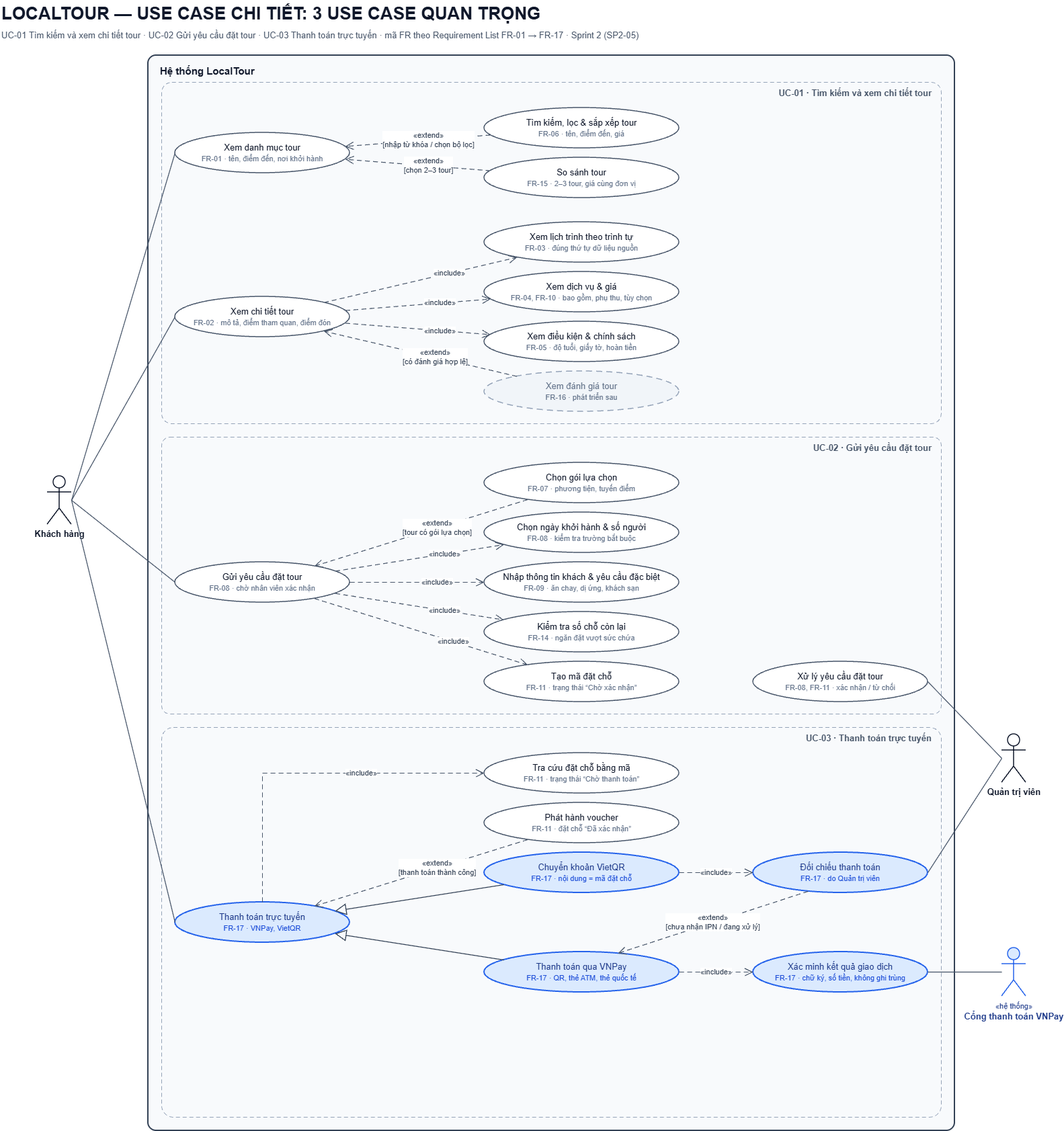
kannar04/LocalTour_Project keeps this draw.io diagram as docs/diagram/so-do-use-case-3-uc-quan-trong_localtour.drawio.png. Above is the earlier version. Source tidied: cells renumbered, new cells last; positions are measured from the earlier drawing's top-left corner, leaving out a move shared by most shapes.
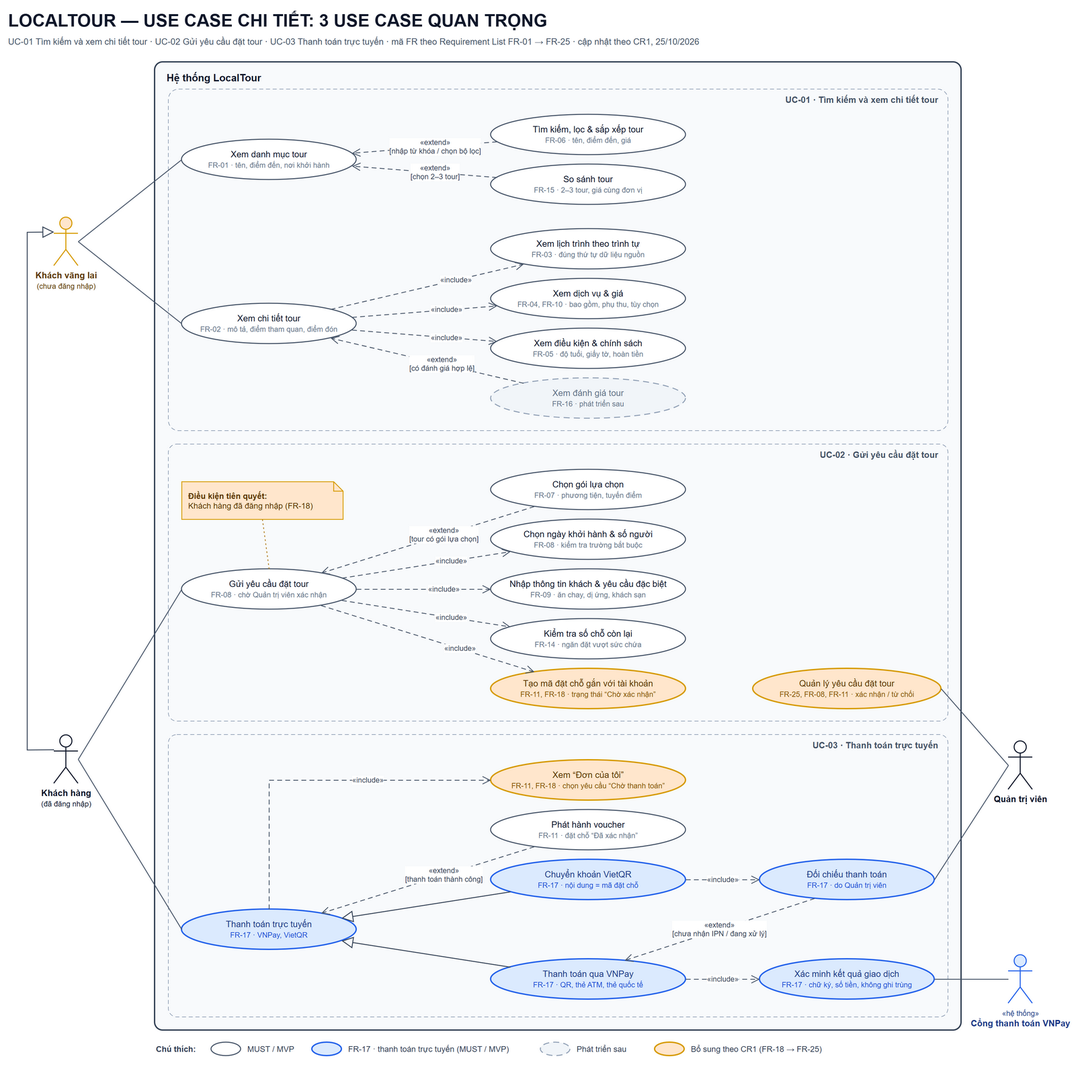
Later version of the same file.

Commit message:
Cập nhật sơ đồ use case, BPMN và user flow cho trang quản trị

Change to the diagram source:
```diff
@@ -5,11 +5,11 @@
     <mxCell id="2" value="LOCALTOUR — USE CASE CHI TIẾT: 3 USE CASE QUAN TRỌNG" style="text;html=1;align=left;verticalAlign=middle;fontSize=26;fontStyle=1;fontColor=#0f172a;" parent="1" vertex="1">
       <mxGeometry width="1400" height="40" as="geometry" />
     </mxCell>
-    <mxCell id="3" value="UC-01 Tìm kiếm và xem chi tiết tour · UC-02 Gửi yêu cầu đặt tour · UC-03 Thanh toán trực tuyến · mã FR theo Requirement List FR-01 → FR-17 · Sprint 2 (SP2-05)&amp;nbsp;" style="text;html=1;align=left;verticalAlign=middle;fontSize=13;fontColor=#475569;" parent="1" vertex="1">
-      <mxGeometry y="40" width="1500" height="24" as="geometry" />
+    <mxCell id="3" value="UC-01 Tìm kiếm và xem chi tiết tour · UC-02 Gửi yêu cầu đặt tour · UC-03 Thanh toán trực tuyến · mã FR theo Requirement List FR-01 → FR-25 · cập nhật theo CR1, 25/10/2026" style="text;html=1;align=left;verticalAlign=middle;fontSize=13;fontColor=#475569;" parent="1" vertex="1">
+      <mxGeometry y="40" width="1400" height="24" as="geometry" />
     </mxCell>
     <mxCell id="4" value="Hệ thống LocalTour" style="rounded=1;arcSize=1;html=1;whiteSpace=wrap;fillColor=#f8fafc;strokeColor=#334155;strokeWidth=2;verticalAlign=top;align=left;spacingLeft=16;spacingTop=8;fontSize=15;fontStyle=1;fontColor=#0f172a;" parent="1" vertex="1">
-      <mxGeometry x="220" y="82" width="1200" height="1600" as="geometry" />
+      <mxGeometry x="220" y="82" width="1200" height="1440" as="geometry" />
     </mxCell>
     <mxCell id="5" value="UC-01 · Tìm kiếm và xem chi tiết tour" style="rounded=1;arcSize=3;html=1;whiteSpace=wrap;fillColor=none;strokeColor=#94a3b8;dashed=1;dashPattern=6 4;verticalAlign=top;align=left;spacingLeft=10;spacingTop=2;fontSize=12;fontStyle=1;fontColor=#64748b;align=right;spacingRight=12;fontSize=13;fontColor=#475569;" parent="1" vertex="1">
       <mxGeometry x="240" y="122" width="1160" height="508" as="geometry" />
@@ -18,7 +18,7 @@
       <mxGeometry x="240" y="650" width="1160" height="412" as="geometry" />
     </mxCell>
     <mxCell id="7" value="UC-03 · Thanh toán trực tuyến" style="rounded=1;arcSize=3;html=1;whiteSpace=wrap;fillColor=none;strokeColor=#94a3b8;dashed=1;dashPattern=6 4;verticalAlign=top;align=left;spacingLeft=10;spacingTop=2;fontSize=12;fontStyle=1;fontColor=#64748b;align=right;spacingRight=12;fontSize=13;fontColor=#475569;" parent="1" vertex="1">
-      <mxGeometry x="240" y="1082" width="1160" height="580" as="geometry" />
+      <mxGeometry x="240" y="1082" width="1160" height="420" as="geometry" />
     </mxCell>
     <mxCell id="8" value="Xem danh mục tour&lt;br&gt;&lt;span style=&quot;font-size:11px;color:#64748b&quot;&gt;FR-01 · tên, điểm đến, nơi khởi hành&lt;/span&gt;" style="ellipse;html=1;whiteSpace=wrap;fillColor=#ffffff;strokeColor=#475569;strokeWidth=1.5;fontSize=13;fontColor=#0f172a;spacing=6;" parent="1" vertex="1">
       <mxGeometry x="260" y="197" width="260" height="60" as="geometry" />
@@ -44,7 +44,7 @@
     <mxCell id="15" value="Xem đánh giá tour&lt;br&gt;&lt;span style=&quot;font-size:11px;color:#64748b&quot;&gt;FR-16 · phát triển sau&lt;/span&gt;" style="ellipse;html=1;whiteSpace=wrap;fillColor=#f1f5f9;strokeColor=#94a3b8;strokeWidth=1.5;dashed=1;dashPattern=6 4;fontSize=13;fontColor=#64748b;spacing=6;" parent="1" vertex="1">
       <mxGeometry x="720" y="552" width="290" height="60" as="geometry" />
     </mxCell>
-    <mxCell id="16" value="Gửi yêu cầu đặt tour&lt;br&gt;&lt;span style=&quot;font-size:11px;color:#64748b&quot;&gt;FR-08 · chờ nhân viên xác nhận&lt;/span&gt;" style="ellipse;html=1;whiteSpace=wrap;fillColor=#ffffff;strokeColor=#475569;strokeWidth=1.5;fontSize=13;fontColor=#0f172a;spacing=6;" parent="1" vertex="1">
+    <mxCell id="16" value="Gửi yêu cầu đặt tour&lt;br&gt;&lt;span style=&quot;font-size:11px;color:#64748b&quot;&gt;FR-08 · chờ Quản trị viên xác nhận&lt;/span&gt;" style="ellipse;html=1;whiteSpace=wrap;fillColor=#ffffff;strokeColor=#475569;strokeWidth=1.5;fontSize=13;fontColor=#0f172a;spacing=6;" parent="1" vertex="1">
       <mxGeometry x="260" y="836" width="260" height="60" as="geometry" />
     </mxCell>
     <mxCell id="17" value="Chọn gói lựa chọn&lt;br&gt;&lt;span style=&quot;font-size:11px;color:#64748b&quot;&gt;FR-07 · phương tiện, tuyến điểm&lt;/span&gt;" style="ellipse;html=1;whiteSpace=wrap;fillColor=#ffffff;strokeColor=#475569;strokeWidth=1.5;fontSize=13;fontColor=#0f172a;spacing=6;" parent="1" vertex="1">
@@ -59,16 +59,16 @@
     <mxCell id="20" value="Kiểm tra số chỗ còn lại&lt;br&gt;&lt;span style=&quot;font-size:11px;color:#64748b&quot;&gt;FR-14 · ngăn đặt vượt sức chứa&lt;/span&gt;" style="ellipse;html=1;whiteSpace=wrap;fillColor=#ffffff;strokeColor=#475569;strokeWidth=1.5;fontSize=13;fontColor=#0f172a;spacing=6;" parent="1" vertex="1">
       <mxGeometry x="720" y="910" width="290" height="60" as="geometry" />
     </mxCell>
-    <mxCell id="21" value="Tạo mã đặt chỗ&lt;br&gt;&lt;span style=&quot;font-size:11px;color:#64748b&quot;&gt;FR-11 · trạng thái “Chờ xác nhận”&lt;/span&gt;" style="ellipse;html=1;whiteSpace=wrap;fillColor=#ffffff;strokeColor=#475569;strokeWidth=1.5;fontSize=13;fontColor=#0f172a;spacing=6;" parent="1" vertex="1">
+    <mxCell id="21" value="Tạo mã đặt chỗ gắn với tài khoản&lt;br&gt;&lt;span style=&quot;font-size:11px;color:#8a5300&quot;&gt;FR-11, FR-18 · trạng thái “Chờ xác nhận”&lt;/span&gt;" style="ellipse;html=1;whiteSpace=wrap;fillColor=#ffe6cc;strokeColor=#d79b00;strokeWidth=2;fontSize=13;fontColor=#5c3700;spacing=6;" parent="1" vertex="1">
       <mxGeometry x="720" y="984" width="290" height="60" as="geometry" />
     </mxCell>
-    <mxCell id="22" value="Xử lý yêu cầu đặt tour&lt;br&gt;&lt;span style=&quot;font-size:11px;color:#64748b&quot;&gt;FR-08, FR-11 · xác nhận / từ chối&lt;/span&gt;" style="ellipse;html=1;whiteSpace=wrap;fillColor=#ffffff;strokeColor=#475569;strokeWidth=1.5;fontSize=13;fontColor=#0f172a;spacing=6;" parent="1" vertex="1">
-      <mxGeometry x="1120" y="984" width="260" height="60" as="geometry" />
+    <mxCell id="22" value="Quản lý yêu cầu đặt tour&lt;br&gt;&lt;span style=&quot;font-size:11px;color:#8a5300&quot;&gt;FR-25, FR-08, FR-11 · xác nhận / từ chối&lt;/span&gt;" style="ellipse;html=1;whiteSpace=wrap;fillColor=#ffe6cc;strokeColor=#d79b00;strokeWidth=2;fontSize=13;fontColor=#5c3700;spacing=6;" parent="1" vertex="1">
+      <mxGeometry x="1110" y="984" width="280" height="60" as="geometry" />
     </mxCell>
     <mxCell id="23" value="Thanh toán trực tuyến&lt;br&gt;&lt;span style=&quot;font-size:11px;color:#1d4ed8&quot;&gt;FR-17 · VNPay, VietQR&lt;/span&gt;" style="ellipse;html=1;whiteSpace=wrap;fillColor=#dbeafe;strokeColor=#2563eb;strokeWidth=2;fontSize=13;fontColor=#1e3a8a;spacing=6;" parent="1" vertex="1">
       <mxGeometry x="260" y="1342" width="260" height="60" as="geometry" />
     </mxCell>
-    <mxCell id="24" value="Tra cứu đặt chỗ bằng mã&lt;br&gt;&lt;span style=&quot;font-size:11px;color:#64748b&quot;&gt;FR-11 · trạng thái “Chờ thanh toán”&lt;/span&gt;" style="ellipse;html=1;whiteSpace=wrap;fillColor=#ffffff;strokeColor=#475569;strokeWidth=1.5;fontSize=13;fontColor=#0f172a;spacing=6;" parent="1" vertex="1">
+    <mxCell id="24" value="Xem “Đơn của tôi”&lt;br&gt;&lt;span style=&quot;font-size:11px;color:#8a5300&quot;&gt;FR-11, FR-18 · chọn yêu cầu “Chờ thanh toán”&lt;/span&gt;" style="ellipse;html=1;whiteSpace=wrap;fillColor=#ffe6cc;strokeColor=#d79b00;strokeWidth=2;fontSize=13;fontColor=#5c3700;spacing=6;" parent="1" vertex="1">
       <mxGeometry x="720" y="1120" width="290" height="60" as="geometry" />
     </mxCell>
     <mxCell id="25" value="Phát hành voucher&lt;br&gt;&lt;span style=&quot;font-size:11px;color:#64748b&quot;&gt;FR-11 · đặt chỗ “Đã xác nhận”&lt;/span&gt;" style="ellipse;html=1;whiteSpace=wrap;fillColor=#ffffff;strokeColor=#475569;strokeWidth=1.5;fontSize=13;fontColor=#0f172a;spacing=6;" parent="1" vertex="1">
@@ -86,8 +86,11 @@
     <mxCell id="29" value="Xác minh kết quả giao dịch&lt;br&gt;&lt;span style=&quot;font-size:11px;color:#1d4ed8&quot;&gt;FR-17 · chữ ký, số tiền, không ghi trùng&lt;/span&gt;" style="ellipse;html=1;whiteSpace=wrap;fillColor=#dbeafe;strokeColor=#2563eb;strokeWidth=2;fontSize=13;fontColor=#1e3a8a;spacing=6;" parent="1" vertex="1">
       <mxGeometry x="1120" y="1416" width="260" height="60" as="geometry" />
     </mxCell>
+    <mxCell id="58" value="Khách vãng lai&lt;br&gt;&lt;span style=&quot;font-size:11px;font-weight:normal&quot;&gt;(chưa đăng nhập)&lt;/span&gt;" style="shape=umlActor;html=1;verticalLabelPosition=bottom;verticalAlign=top;outlineConnect=0;fillColor=#ffe6cc;strokeColor=#d79b00;strokeWidth=1.5;fontSize=13;fontStyle=1;fontColor=#5c3700;" parent="1" vertex="1">
+      <mxGeometry x="70" y="313" width="36" height="72" as="geometry" />
+    </mxCell>
-    <mxCell id="30" value="Khách hàng" style="shape=umlActor;html=1;verticalLabelPosition=bottom;verticalAlign=top;outlineConnect=0;fillColor=#ffffff;strokeColor=#0f172a;strokeWidth=1.5;fontSize=13;fontStyle=1;fontColor=#0f172a;" parent="1" vertex="1">
-      <mxGeometry x="70" y="708" width="36" height="72" as="geometry" />
+    <mxCell id="30" value="Khách hàng&lt;br&gt;&lt;span style=&quot;font-size:11px;font-weight:normal&quot;&gt;(đã đăng nhập)&lt;/span&gt;" style="shape=umlActor;html=1;verticalLabelPosition=bottom;verticalAlign=top;outlineConnect=0;fillColor=#ffffff;strokeColor=#0f172a;strokeWidth=1.5;fontSize=13;fontStyle=1;fontColor=#0f172a;" parent="1" vertex="1">
+      <mxGeometry x="70" y="1083" width="36" height="72" as="geometry" />
     </mxCell>
     <mxCell id="31" value="Quản trị viên" style="shape=umlActor;html=1;verticalLabelPosition=bottom;verticalAlign=top;outlineConnect=0;fillColor=#ffffff;strokeColor=#0f172a;strokeWidth=1.5;fontSize=13;fontStyle=1;fontColor=#0f172a;" parent="1" vertex="1">
       <mxGeometry x="1490" y="1092" width="36" height="72" as="geometry" />
@@ -95,10 +98,10 @@
     <mxCell id="32" value="&lt;span style=&quot;font-size:11px;font-weight:normal&quot;&gt;«hệ thống»&lt;/span&gt;&lt;br&gt;Cổng thanh toán VNPay" style="shape=umlActor;html=1;verticalLabelPosition=bottom;verticalAlign=top;outlineConnect=0;fillColor=#dbeafe;strokeColor=#2563eb;strokeWidth=1.5;fontSize=13;fontStyle=1;fontColor=#1e3a8a;" parent="1" vertex="1">
       <mxGeometry x="1490" y="1410" width="36" height="72" as="geometry" />
     </mxCell>
-    <mxCell id="33" style="html=1;endArrow=none;rounded=0;strokeColor=#475569;strokeWidth=1.3;exitX=1;exitY=0.5;exitDx=0;exitDy=0;entryX=0;entryY=0.5;entryDx=0;entryDy=0;" parent="1" edge="1" source="30" target="8">
+    <mxCell id="33" style="html=1;endArrow=none;rounded=0;strokeColor=#475569;strokeWidth=1.3;exitX=1;exitY=0.5;exitDx=0;exitDy=0;entryX=0;entryY=0.5;entryDx=0;entryDy=0;" parent="1" edge="1" source="58" target="8">
       <mxGeometry relative="1" as="geometry" />
     </mxCell>
-    <mxCell id="34" style="html=1;endArrow=none;rounded=0;strokeColor=#475569;strokeWidth=1.3;exitX=1;exitY=0.5;exitDx=0;exitDy=0;entryX=0;entryY=0.5;entryDx=0;entryDy=0;" parent="1" edge="1" source="30" target="9">
+    <mxCell id="34" style="html=1;endArrow=none;rounded=0;strokeColor=#475569;strokeWidth=1.3;exitX=1;exitY=0.5;exitDx=0;exitDy=0;entryX=0;entryY=0.5;entryDx=0;entryDy=0;" parent="1" edge="1" source="58" target="9">
       <mxGeometry relative="1" as="geometry" />
     </mxCell>
     <mxCell id="35" style="html=1;endArrow=none;rounded=0;strokeColor=#475569;strokeWidth=1.3;exitX=1;exitY=0.5;exitDx=0;exitDy=0;entryX=0;entryY=0.5;entryDx=0;entryDy=0;" parent="1" edge="1" source="30" target="16">
@@ -116,6 +119,14 @@
     <mxCell id="39" style="html=1;endArrow=none;rounded=0;strokeColor=#475569;strokeWidth=1.3;exitX=0;exitY=0.5;exitDx=0;exitDy=0;entryX=1;entryY=0.5;entryDx=0;entryDy=0;" parent="1" edge="1" source="32" target="29">
       <mxGeometry relative="1" as="geometry" />
     </mxCell>
+    <mxCell id="59" style="html=1;rounded=0;endArrow=block;endFill=0;endSize=14;strokeColor=#334155;strokeWidth=1.3;exitX=0;exitY=0.3;exitDx=0;exitDy=0;entryX=0;entryY=0.3;entryDx=0;entryDy=0;" parent="1" edge="1" source="30" target="58">
+      <mxGeometry relative="1" as="geometry">
+        <Array as="points">
+          <mxPoint x="30" y="1105" />
+          <mxPoint x="30" y="335" />
+        </Array>
+      </mxGeometry>
+    </mxCell>
     <mxCell id="40" value="«extend»&lt;br&gt;[nhập từ khóa / chọn bộ lọc]" style="html=1;rounded=0;dashed=1;dashPattern=6 4;endArrow=open;endFill=0;endSize=10;strokeColor=#475569;strokeWidth=1.2;fontSize=11;fontColor=#334155;labelBackgroundColor=#ffffff;" parent="1" edge="1" source="10" target="8">
       <mxGeometry x="-0.15" relative="1" as="geometry" />
     </mxCell>
@@ -174,5 +185,38 @@
     <mxCell id="57" value="«extend»&lt;br&gt;[chưa nhận IPN / đang xử lý]" style="html=1;rounded=0;dashed=1;dashPattern=6 4;endArrow=open;endFill=0;endSize=10;strokeColor=#475569;strokeWidth=1.2;fontSize=11;fontColor=#334155;labelBackgroundColor=#ffffff;exitX=0.3;exitY=1;exitDx=0;exitDy=0;entryX=0.7;entryY=0;entryDx=0;entryDy=0;" parent="1" edge="1" source="28" target="27">
       <mxGeometry relative="1" as="geometry" />
     </mxCell>
+    <mxCell id="60" value="&lt;b&gt;Điều kiện tiên quyết:&lt;/b&gt;&lt;br&gt;Khách hàng đã đăng nhập (FR-18)" style="shape=note;html=1;whiteSpace=wrap;size=14;fillColor=#ffe6cc;strokeColor=#d79b00;strokeWidth=1.2;fontSize=12;fontColor=#5c3700;align=left;verticalAlign=middle;spacingLeft=8;spacingRight=10;spacingTop=2;" parent="1" vertex="1">
+      <mxGeometry x="260" y="706" width="240" height="56" as="geometry" />
+    </mxCell>
+    <mxCell id="61" style="html=1;endArrow=none;rounded=0;dashed=1;dashPattern=2 3;strokeColor=#b07a1a;strokeWidth=1.2;exitX=0.5;exitY=1;exitDx=0;exitDy=0;entryX=0.5;entryY=0;entryDx=0;entryDy=0;" parent="1" edge="1" source="60" target="16">
+      <mxGeometry relative="1" as="geometry" />
+    </mxCell>
+    <mxCell id="62" value="&lt;b&gt;Chú thích:&lt;/b&gt;" style="text;html=1;align=left;verticalAlign=middle;fontSize=12;fontColor=#334155;whiteSpace=wrap;" parent="1" vertex="1">
+      <mxGeometry x="220" y="1538" width="80" height="24" as="geometry" />
+    </mxCell>
+    <mxCell id="63" style="ellipse;html=1;whiteSpace=wrap;fillColor=#ffffff;strokeColor=#475569;strokeWidth=1.5;fontSize=13;fontColor=#0f172a;spacing=6;" parent="1" vertex="1">
+      <mxGeometry x="304" y="1540" width="44" height="20" as="geometry" />
+    </mxCell>
+    <mxCell id="64" value="MUST / MVP" style="text;html=1;align=left;verticalAlign=middle;fontSize=12;fontColor=#334155;whiteSpace=wrap;" parent="1" vertex="1">
+      <mxGeometry x="356" y="1538" width="80" height="24" as="geometry" />
+    </mxCell>
+    <mxCell id="65" style="ellipse;html=1;whiteSpace=wrap;fillColor=#dbeafe;strokeColor=#2563eb;strokeWidth=2;fontSize=13;fontColor=#1e3a8a;spacing=6;" parent="1" vertex="1">
+      <mxGeometry x="454" y="1540" width="44" height="20" as="geometry" />
+    </mxCell>
+    <mxCell id="66" value="FR-17 · thanh toán trực tuyến (MUST / MVP)" style="text;html=1;align=left;verticalAlign=middle;fontSize=12;fontColor=#334155;whiteSpace=wrap;" parent="1" vertex="1">
+      <mxGeometry x="506" y="1538" width="270" height="24" as="geometry" />
+    </mxCell>
+    <mxCell id="67" style="ellipse;html=1;whiteSpace=wrap;fillColor=#f1f5f9;strokeColor=#94a3b8;strokeWidth=1.5;dashed=1;dashPattern=6 4;fontSize=13;fontColor=#64748b;spacing=6;" parent="1" vertex="1">
+      <mxGeometry x="794" y="1540" width="44" height="20" as="geometry" />
+    </mxCell>
+    <mxCell id="68" value="Phát triển sau" style="text;html=1;align=left;verticalAlign=middle;fontSize=12;fontColor=#334155;whiteSpace=wrap;" parent="1" vertex="1">
+      <mxGeometry x="846" y="1538" width="100" height="24" as="geometry" />
+    </mxCell>
+    <mxCell id="69" style="ellipse;html=1;whiteSpace=wrap;fillColor=#ffe6cc;strokeColor=#d79b00;strokeWidth=2;fontSize=13;fontColor=#5c3700;spacing=6;" parent="1" vertex="1">
+      <mxGeometry x="964" y="1540" width="44" height="20" as="geometry" />
+    </mxCell>
+    <mxCell id="70" value="Bổ sung theo CR1 (FR-18 → FR-25)" style="text;html=1;align=left;verticalAlign=middle;fontSize=12;fontColor=#334155;whiteSpace=wrap;" parent="1" vertex="1">
+      <mxGeometry x="1016" y="1538" width="220" height="24" as="geometry" />
+    </mxCell>
   </root>
 </mxGraphModel>
```
